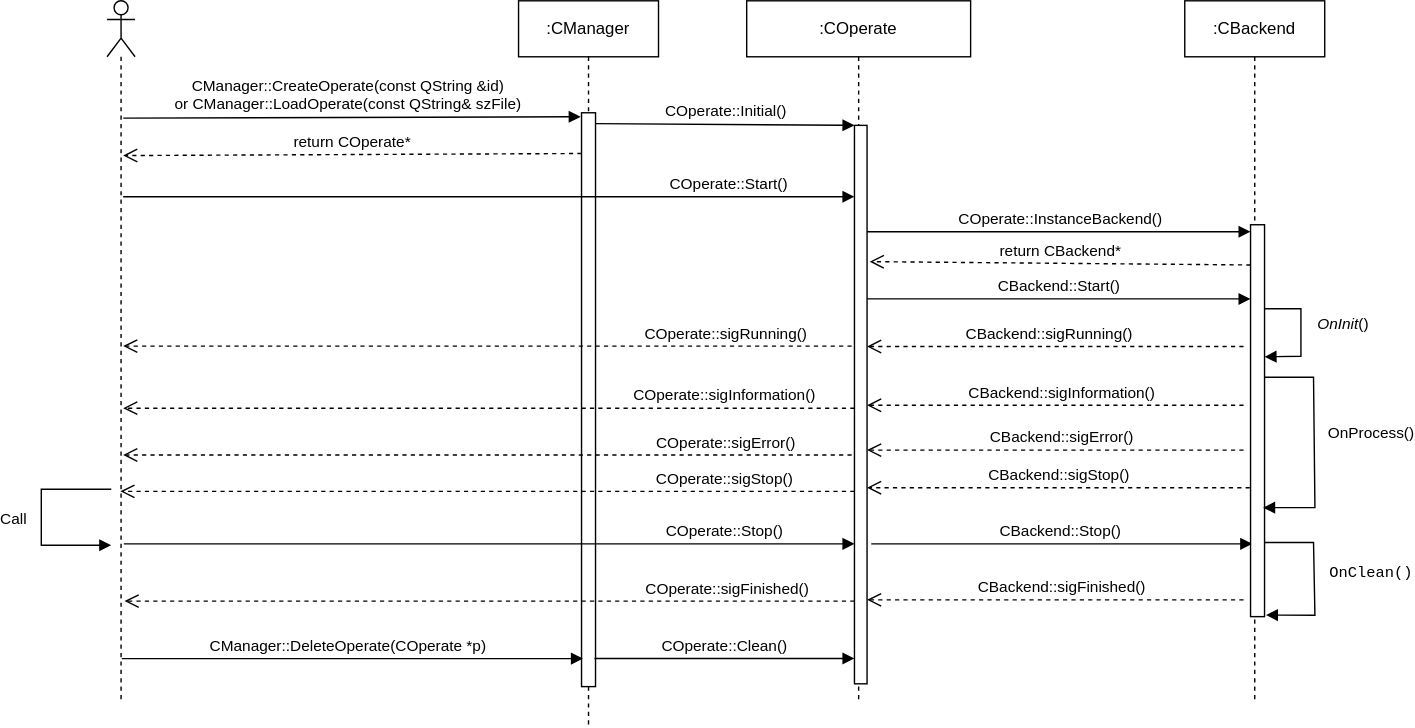
Earlier version of the draw.io export docs/Image/SequenceDiagram.svg (KangLin/RabbitRemoteControl). Source tidied: cells renumbered, new cells last; positions are measured from the earlier drawing's top-left corner, leaving out a move shared by most shapes. Its diagram source:
```xml
<mxGraphModel>
  <root>
    <mxCell id="0" />
    <mxCell id="1" parent="0" />
    <mxCell id="2" value=":CManager" style="shape=umlLifeline;perimeter=lifelinePerimeter;whiteSpace=wrap;html=1;fontColor=#000000;" parent="1" vertex="1">
      <mxGeometry x="341" width="100" height="519" as="geometry" />
    </mxCell>
    <mxCell id="3" style="html=1;points=[];perimeter=orthogonalPerimeter;fontColor=#000000;" parent="2" vertex="1">
      <mxGeometry x="45" y="80" width="10" height="410" as="geometry" />
    </mxCell>
    <mxCell id="4" value="COperate::sigError()" style="html=1;verticalAlign=bottom;endArrow=open;dashed=1;endSize=8;rounded=0;fontColor=#000000;" parent="2" edge="1">
      <mxGeometry x="-0.65" relative="1" as="geometry">
        <mxPoint x="238" y="324.5" as="sourcePoint" />
        <mxPoint x="-282.5" y="324.5" as="targetPoint" />
      </mxGeometry>
    </mxCell>
    <mxCell id="5" value=":COperate" style="shape=umlLifeline;perimeter=lifelinePerimeter;whiteSpace=wrap;html=1;fontColor=#000000;" parent="1" vertex="1">
      <mxGeometry x="504" width="160" height="499" as="geometry" />
    </mxCell>
    <mxCell id="6" style="html=1;points=[[0,0,0,0,5],[0,1,0,0,-5],[1,0,0,0,5],[1,1,0,0,-5]];perimeter=orthogonalPerimeter;outlineConnect=0;targetShapes=umlLifeline;portConstraint=eastwest;newEdgeStyle={&quot;curved&quot;:0,&quot;rounded&quot;:0};" parent="5" vertex="1">
      <mxGeometry x="77" y="89" width="9" height="399" as="geometry" />
    </mxCell>
    <mxCell id="7" value="CBackend::Stop()" style="html=1;verticalAlign=bottom;endArrow=block;rounded=0;fontColor=#000000;entryX=0.12;entryY=0.681;entryDx=0;entryDy=0;entryPerimeter=0;" parent="5" edge="1">
      <mxGeometry x="-0.01" relative="1" as="geometry">
        <mxPoint x="89" y="388" as="sourcePoint" />
        <mxPoint x="361.2" y="388" as="targetPoint" />
      </mxGeometry>
    </mxCell>
    <mxCell id="8" style="shape=umlLifeline;participant=umlActor;perimeter=lifelinePerimeter;whiteSpace=wrap;html=1;verticalAlign=top;spacingTop=36;outlineConnect=0;fontColor=#000000;" parent="1" vertex="1">
      <mxGeometry x="47" width="20" height="499" as="geometry" />
    </mxCell>
    <mxCell id="9" value="COperate::Stop()" style="html=1;verticalAlign=bottom;endArrow=block;rounded=0;fontColor=#000000;" parent="8" edge="1" target="6">
      <mxGeometry x="0.64" relative="1" as="geometry">
        <mxPoint x="12" y="388" as="sourcePoint" />
      </mxGeometry>
    </mxCell>
    <mxCell id="10" value="return COperate*" style="html=1;verticalAlign=bottom;endArrow=open;dashed=1;endSize=8;rounded=0;fontColor=#000000;exitX=0;exitY=0.071;exitDx=0;exitDy=0;exitPerimeter=0;" parent="1" edge="1" source="3">
      <mxGeometry relative="1" as="geometry">
        <mxPoint x="58.5" y="110.6" as="targetPoint" />
      </mxGeometry>
    </mxCell>
    <mxCell id="11" value="COperate::Start()" style="html=1;verticalAlign=bottom;endArrow=block;rounded=0;fontColor=#000000;" parent="1" edge="1" target="6">
      <mxGeometry x="0.65" relative="1" as="geometry">
        <mxPoint x="58.5" y="140" as="sourcePoint" />
      </mxGeometry>
    </mxCell>
    <mxCell id="12" value="COperate::sigRunning()" style="html=1;verticalAlign=bottom;endArrow=open;dashed=1;endSize=8;exitX=-0.2;exitY=0.33;rounded=0;fontColor=#000000;exitDx=0;exitDy=0;exitPerimeter=0;" parent="1" edge="1">
      <mxGeometry x="-0.65" relative="1" as="geometry">
        <mxPoint x="579" y="246.7" as="sourcePoint" />
        <mxPoint x="58.5" y="246.7" as="targetPoint" />
      </mxGeometry>
    </mxCell>
    <mxCell id="13" value=":CBackend" style="shape=umlLifeline;perimeter=lifelinePerimeter;whiteSpace=wrap;html=1;fontColor=#000000;" parent="1" vertex="1">
      <mxGeometry x="817" width="100" height="499" as="geometry" />
    </mxCell>
    <mxCell id="14" style="html=1;points=[];perimeter=orthogonalPerimeter;fontColor=#000000;" parent="13" vertex="1">
      <mxGeometry x="47" y="160" width="10" height="280" as="geometry" />
    </mxCell>
    <mxCell id="15" value="&lt;span style=&quot;font-style: italic&quot;&gt;OnInit&lt;/span&gt;()" style="html=1;verticalAlign=bottom;endArrow=block;rounded=0;fontColor=#000000;entryX=1;entryY=0.337;entryDx=0;entryDy=0;entryPerimeter=0;" parent="13" edge="1" target="14">
      <mxGeometry x="0.08" y="30" relative="1" as="geometry">
        <mxPoint x="57" y="220" as="sourcePoint" />
        <Array as="points">
          <mxPoint x="83" y="220" />
          <mxPoint x="83" y="254" />
        </Array>
      </mxGeometry>
    </mxCell>
    <mxCell id="16" value="OnProcess()" style="html=1;verticalAlign=bottom;endArrow=block;rounded=0;fontColor=#000000;entryX=0.9;entryY=0.722;entryDx=0;entryDy=0;entryPerimeter=0;" parent="13" edge="1" target="14">
      <mxGeometry x="0.02" y="40" relative="1" as="geometry">
        <mxPoint x="57" y="269" as="sourcePoint" />
        <Array as="points">
          <mxPoint x="92" y="269" />
          <mxPoint x="93" y="362" />
        </Array>
      </mxGeometry>
    </mxCell>
    <mxCell id="17" value="&lt;pre style=&quot;margin-top: 0px ; margin-bottom: 0px ; margin-left: 0px ; margin-right: 0px ; text-indent: 0px&quot;&gt;OnClean()&lt;/pre&gt;" style="html=1;verticalAlign=bottom;endArrow=block;rounded=0;fontColor=#000000;entryX=1.1;entryY=0.996;entryDx=0;entryDy=0;entryPerimeter=0;" parent="13" edge="1" target="14">
      <mxGeometry x="0.1" y="40" relative="1" as="geometry">
        <mxPoint x="57" y="387" as="sourcePoint" />
        <Array as="points">
          <mxPoint x="92" y="387" />
          <mxPoint x="93" y="439" />
        </Array>
      </mxGeometry>
    </mxCell>
    <mxCell id="18" value="COperate::InstanceBackend()" style="html=1;verticalAlign=bottom;endArrow=block;entryX=0;entryY=0;rounded=0;fontColor=#000000;" parent="1" edge="1" source="6">
      <mxGeometry relative="1" as="geometry">
        <mxPoint x="864" y="165" as="targetPoint" />
      </mxGeometry>
    </mxCell>
    <mxCell id="19" value="return&amp;nbsp;CBackend*" style="html=1;verticalAlign=bottom;endArrow=open;dashed=1;endSize=8;exitX=0;exitY=0.95;rounded=0;fontColor=#000000;entryX=1.213;entryY=0.244;entryDx=0;entryDy=0;entryPerimeter=0;" parent="1" edge="1" target="6">
      <mxGeometry relative="1" as="geometry">
        <mxPoint x="864" y="188.8" as="sourcePoint" />
      </mxGeometry>
    </mxCell>
    <mxCell id="20" value="CBackend::Start()" style="html=1;verticalAlign=bottom;endArrow=block;entryX=0;entryY=0;rounded=0;fontColor=#000000;" parent="1" edge="1" source="6">
      <mxGeometry relative="1" as="geometry">
        <mxPoint x="864" y="213" as="targetPoint" />
      </mxGeometry>
    </mxCell>
    <mxCell id="21" value="CBackend::sigRunning()" style="html=1;verticalAlign=bottom;endArrow=open;dashed=1;endSize=8;rounded=0;fontColor=#000000;" parent="1" edge="1" target="6">
      <mxGeometry x="0.04" relative="1" as="geometry">
        <mxPoint x="859" y="247" as="sourcePoint" />
      </mxGeometry>
    </mxCell>
    <mxCell id="22" value="CBackend::sigFinished()" style="html=1;verticalAlign=bottom;endArrow=open;dashed=1;endSize=8;rounded=0;fontColor=#000000;" parent="1" edge="1" target="6">
      <mxGeometry x="-0.03" relative="1" as="geometry">
        <mxPoint x="859" y="428" as="sourcePoint" />
      </mxGeometry>
    </mxCell>
    <mxCell id="23" value="COperate::sigFinished()" style="html=1;verticalAlign=bottom;endArrow=open;dashed=1;endSize=8;rounded=0;fontColor=#000000;" parent="1" edge="1" source="6">
      <mxGeometry x="-0.65" relative="1" as="geometry">
        <mxPoint x="59.5" y="428.9" as="targetPoint" />
      </mxGeometry>
    </mxCell>
    <mxCell id="24" value="CBackend::sigError()" style="html=1;verticalAlign=bottom;endArrow=open;dashed=1;endSize=8;rounded=0;fontColor=#000000;" parent="1" edge="1" target="6">
      <mxGeometry x="-0.04" relative="1" as="geometry">
        <mxPoint x="859" y="321" as="sourcePoint" />
      </mxGeometry>
    </mxCell>
    <mxCell id="25" value="CBackend::sigInformation()" style="html=1;verticalAlign=bottom;endArrow=open;dashed=1;endSize=8;rounded=0;fontColor=#000000;" parent="1" edge="1" target="6">
      <mxGeometry x="-0.03" relative="1" as="geometry">
        <mxPoint x="859" y="289" as="sourcePoint" />
      </mxGeometry>
    </mxCell>
    <mxCell id="26" value="COperate::sigInformation()" style="html=1;verticalAlign=bottom;endArrow=open;dashed=1;endSize=8;rounded=0;fontColor=#000000;" parent="1" edge="1" source="6">
      <mxGeometry x="-0.64" relative="1" as="geometry">
        <mxPoint x="58.5" y="291.1" as="targetPoint" />
      </mxGeometry>
    </mxCell>
    <mxCell id="27" value="CBackend::sigStop()" style="html=1;verticalAlign=bottom;endArrow=open;dashed=1;endSize=8;curved=0;rounded=0;" parent="1" edge="1" target="6">
      <mxGeometry relative="1" as="geometry">
        <mxPoint x="863.5" y="347.9" as="sourcePoint" />
      </mxGeometry>
    </mxCell>
    <mxCell id="28" value="COperate::sigStop()" style="html=1;verticalAlign=bottom;endArrow=open;dashed=1;endSize=8;curved=0;rounded=0;" parent="1" edge="1" source="6">
      <mxGeometry x="-0.65" relative="1" as="geometry">
        <mxPoint x="56.5" y="350.5" as="targetPoint" />
      </mxGeometry>
    </mxCell>
    <mxCell id="29" value="Call" style="html=1;verticalAlign=bottom;endArrow=block;curved=0;rounded=0;" parent="1" edge="1">
      <mxGeometry x="0.14" y="-20" relative="1" as="geometry">
        <mxPoint x="50" y="349" as="sourcePoint" />
        <mxPoint x="50" y="389" as="targetPoint" />
        <Array as="points">
          <mxPoint y="349" />
          <mxPoint y="369" />
          <mxPoint y="389" />
        </Array>
      </mxGeometry>
    </mxCell>
    <mxCell id="30" value="CManager::DeleteOperate(COperate&amp;nbsp;*p)" style="html=1;verticalAlign=bottom;endArrow=block;entryX=0;entryY=0;rounded=0;fontColor=#000000;align=center;" parent="1" edge="1">
      <mxGeometry x="-0.03" relative="1" as="geometry">
        <mxPoint x="57.5" y="470" as="sourcePoint" />
        <mxPoint x="387" y="470" as="targetPoint" />
        <mxPoint x="1" as="offset" />
      </mxGeometry>
    </mxCell>
    <mxCell id="31" value="COperate::Clean()" style="html=1;verticalAlign=bottom;endArrow=block;curved=0;rounded=0;exitX=0.92;exitY=0.907;exitDx=0;exitDy=0;exitPerimeter=0;" parent="1" edge="1">
      <mxGeometry relative="1" as="geometry">
        <mxPoint x="395.2" y="469.9" as="sourcePoint" />
        <mxPoint x="581" y="469.9" as="targetPoint" />
      </mxGeometry>
    </mxCell>
    <mxCell id="32" value="COperate::Initial()" style="html=1;verticalAlign=bottom;endArrow=block;curved=0;rounded=0;exitX=0.96;exitY=0.019;exitDx=0;exitDy=0;exitPerimeter=0;" parent="1" edge="1" source="3" target="6">
      <mxGeometry relative="1" as="geometry" />
    </mxCell>
    <mxCell id="33" value="CManager::CreateOperate(const QString &amp;amp;id)&lt;div&gt;or&amp;nbsp;CManager::LoadOperate(const QString&amp;amp; szFile)&lt;/div&gt;" style="html=1;verticalAlign=bottom;endArrow=block;entryX=-0.06;entryY=0.007;rounded=0;fontColor=#000000;align=center;entryDx=0;entryDy=0;entryPerimeter=0;exitX=0.58;exitY=0.168;exitDx=0;exitDy=0;exitPerimeter=0;" parent="1" edge="1" source="8" target="3">
      <mxGeometry x="-0.03" relative="1" as="geometry">
        <mxPoint x="1" as="offset" />
      </mxGeometry>
    </mxCell>
  </root>
</mxGraphModel>
```
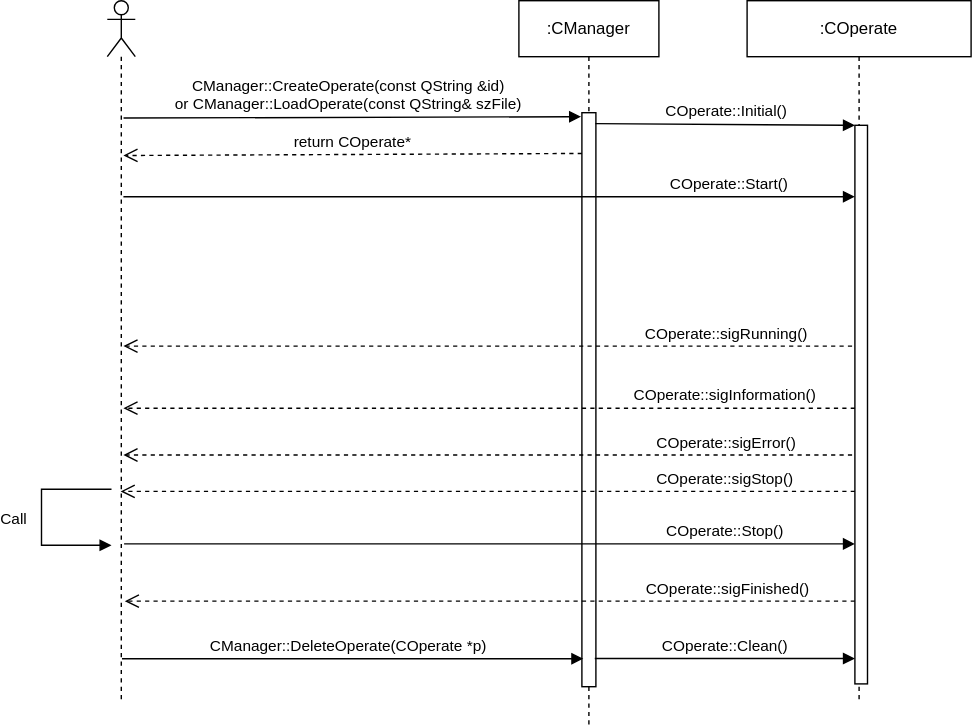
Above is the later version.

What changed in the source:
```diff
@@ -20,16 +20,10 @@
     <mxCell id="6" style="html=1;points=[[0,0,0,0,5],[0,1,0,0,-5],[1,0,0,0,5],[1,1,0,0,-5]];perimeter=orthogonalPerimeter;outlineConnect=0;targetShapes=umlLifeline;portConstraint=eastwest;newEdgeStyle={&quot;curved&quot;:0,&quot;rounded&quot;:0};" parent="5" vertex="1">
       <mxGeometry x="77" y="89" width="9" height="399" as="geometry" />
     </mxCell>
-    <mxCell id="7" value="CBackend::Stop()" style="html=1;verticalAlign=bottom;endArrow=block;rounded=0;fontColor=#000000;entryX=0.12;entryY=0.681;entryDx=0;entryDy=0;entryPerimeter=0;" parent="5" edge="1">
-      <mxGeometry x="-0.01" relative="1" as="geometry">
-        <mxPoint x="89" y="388" as="sourcePoint" />
-        <mxPoint x="361.2" y="388" as="targetPoint" />
-      </mxGeometry>
-    </mxCell>
-    <mxCell id="8" style="shape=umlLifeline;participant=umlActor;perimeter=lifelinePerimeter;whiteSpace=wrap;html=1;verticalAlign=top;spacingTop=36;outlineConnect=0;fontColor=#000000;" parent="1" vertex="1">
-      <mxGeometry x="47" width="20" height="499" as="geometry" />
-    </mxCell>
+    <mxCell id="34" style="shape=umlLifeline;participant=umlActor;perimeter=lifelinePerimeter;whiteSpace=wrap;html=1;verticalAlign=top;spacingTop=36;outlineConnect=0;fontColor=#000000;" parent="1" vertex="1">
+      <mxGeometry x="47" width="20" height="499" as="geometry" />
+    </mxCell>
-    <mxCell id="9" value="COperate::Stop()" style="html=1;verticalAlign=bottom;endArrow=block;rounded=0;fontColor=#000000;" parent="8" edge="1" target="6">
+    <mxCell id="9" value="COperate::Stop()" style="html=1;verticalAlign=bottom;endArrow=block;rounded=0;fontColor=#000000;" parent="34" edge="1" target="6">
       <mxGeometry x="0.64" relative="1" as="geometry">
         <mxPoint x="12" y="388" as="sourcePoint" />
       </mxGeometry>
@@ -50,89 +44,16 @@
         <mxPoint x="58.5" y="246.7" as="targetPoint" />
       </mxGeometry>
     </mxCell>
-    <mxCell id="13" value=":CBackend" style="shape=umlLifeline;perimeter=lifelinePerimeter;whiteSpace=wrap;html=1;fontColor=#000000;" parent="1" vertex="1">
-      <mxGeometry x="817" width="100" height="499" as="geometry" />
-    </mxCell>
-    <mxCell id="14" style="html=1;points=[];perimeter=orthogonalPerimeter;fontColor=#000000;" parent="13" vertex="1">
-      <mxGeometry x="47" y="160" width="10" height="280" as="geometry" />
-    </mxCell>
-    <mxCell id="15" value="&lt;span style=&quot;font-style: italic&quot;&gt;OnInit&lt;/span&gt;()" style="html=1;verticalAlign=bottom;endArrow=block;rounded=0;fontColor=#000000;entryX=1;entryY=0.337;entryDx=0;entryDy=0;entryPerimeter=0;" parent="13" edge="1" target="14">
-      <mxGeometry x="0.08" y="30" relative="1" as="geometry">
-        <mxPoint x="57" y="220" as="sourcePoint" />
-        <Array as="points">
-          <mxPoint x="83" y="220" />
-          <mxPoint x="83" y="254" />
-        </Array>
-      </mxGeometry>
-    </mxCell>
-    <mxCell id="16" value="OnProcess()" style="html=1;verticalAlign=bottom;endArrow=block;rounded=0;fontColor=#000000;entryX=0.9;entryY=0.722;entryDx=0;entryDy=0;entryPerimeter=0;" parent="13" edge="1" target="14">
-      <mxGeometry x="0.02" y="40" relative="1" as="geometry">
-        <mxPoint x="57" y="269" as="sourcePoint" />
-        <Array as="points">
-          <mxPoint x="92" y="269" />
-          <mxPoint x="93" y="362" />
-        </Array>
-      </mxGeometry>
-    </mxCell>
-    <mxCell id="17" value="&lt;pre style=&quot;margin-top: 0px ; margin-bottom: 0px ; margin-left: 0px ; margin-right: 0px ; text-indent: 0px&quot;&gt;OnClean()&lt;/pre&gt;" style="html=1;verticalAlign=bottom;endArrow=block;rounded=0;fontColor=#000000;entryX=1.1;entryY=0.996;entryDx=0;entryDy=0;entryPerimeter=0;" parent="13" edge="1" target="14">
-      <mxGeometry x="0.1" y="40" relative="1" as="geometry">
-        <mxPoint x="57" y="387" as="sourcePoint" />
-        <Array as="points">
-          <mxPoint x="92" y="387" />
-          <mxPoint x="93" y="439" />
-        </Array>
-      </mxGeometry>
-    </mxCell>
-    <mxCell id="18" value="COperate::InstanceBackend()" style="html=1;verticalAlign=bottom;endArrow=block;entryX=0;entryY=0;rounded=0;fontColor=#000000;" parent="1" edge="1" source="6">
-      <mxGeometry relative="1" as="geometry">
-        <mxPoint x="864" y="165" as="targetPoint" />
-      </mxGeometry>
-    </mxCell>
-    <mxCell id="19" value="return&amp;nbsp;CBackend*" style="html=1;verticalAlign=bottom;endArrow=open;dashed=1;endSize=8;exitX=0;exitY=0.95;rounded=0;fontColor=#000000;entryX=1.213;entryY=0.244;entryDx=0;entryDy=0;entryPerimeter=0;" parent="1" edge="1" target="6">
-      <mxGeometry relative="1" as="geometry">
-        <mxPoint x="864" y="188.8" as="sourcePoint" />
-      </mxGeometry>
-    </mxCell>
-    <mxCell id="20" value="CBackend::Start()" style="html=1;verticalAlign=bottom;endArrow=block;entryX=0;entryY=0;rounded=0;fontColor=#000000;" parent="1" edge="1" source="6">
-      <mxGeometry relative="1" as="geometry">
-        <mxPoint x="864" y="213" as="targetPoint" />
-      </mxGeometry>
-    </mxCell>
-    <mxCell id="21" value="CBackend::sigRunning()" style="html=1;verticalAlign=bottom;endArrow=open;dashed=1;endSize=8;rounded=0;fontColor=#000000;" parent="1" edge="1" target="6">
-      <mxGeometry x="0.04" relative="1" as="geometry">
-        <mxPoint x="859" y="247" as="sourcePoint" />
-      </mxGeometry>
-    </mxCell>
-    <mxCell id="22" value="CBackend::sigFinished()" style="html=1;verticalAlign=bottom;endArrow=open;dashed=1;endSize=8;rounded=0;fontColor=#000000;" parent="1" edge="1" target="6">
-      <mxGeometry x="-0.03" relative="1" as="geometry">
-        <mxPoint x="859" y="428" as="sourcePoint" />
-      </mxGeometry>
-    </mxCell>
     <mxCell id="23" value="COperate::sigFinished()" style="html=1;verticalAlign=bottom;endArrow=open;dashed=1;endSize=8;rounded=0;fontColor=#000000;" parent="1" edge="1" source="6">
       <mxGeometry x="-0.65" relative="1" as="geometry">
         <mxPoint x="59.5" y="428.9" as="targetPoint" />
       </mxGeometry>
     </mxCell>
-    <mxCell id="24" value="CBackend::sigError()" style="html=1;verticalAlign=bottom;endArrow=open;dashed=1;endSize=8;rounded=0;fontColor=#000000;" parent="1" edge="1" target="6">
-      <mxGeometry x="-0.04" relative="1" as="geometry">
-        <mxPoint x="859" y="321" as="sourcePoint" />
-      </mxGeometry>
-    </mxCell>
-    <mxCell id="25" value="CBackend::sigInformation()" style="html=1;verticalAlign=bottom;endArrow=open;dashed=1;endSize=8;rounded=0;fontColor=#000000;" parent="1" edge="1" target="6">
-      <mxGeometry x="-0.03" relative="1" as="geometry">
-        <mxPoint x="859" y="289" as="sourcePoint" />
-      </mxGeometry>
-    </mxCell>
     <mxCell id="26" value="COperate::sigInformation()" style="html=1;verticalAlign=bottom;endArrow=open;dashed=1;endSize=8;rounded=0;fontColor=#000000;" parent="1" edge="1" source="6">
       <mxGeometry x="-0.64" relative="1" as="geometry">
         <mxPoint x="58.5" y="291.1" as="targetPoint" />
       </mxGeometry>
     </mxCell>
-    <mxCell id="27" value="CBackend::sigStop()" style="html=1;verticalAlign=bottom;endArrow=open;dashed=1;endSize=8;curved=0;rounded=0;" parent="1" edge="1" target="6">
-      <mxGeometry relative="1" as="geometry">
-        <mxPoint x="863.5" y="347.9" as="sourcePoint" />
-      </mxGeometry>
-    </mxCell>
     <mxCell id="28" value="COperate::sigStop()" style="html=1;verticalAlign=bottom;endArrow=open;dashed=1;endSize=8;curved=0;rounded=0;" parent="1" edge="1" source="6">
       <mxGeometry x="-0.65" relative="1" as="geometry">
         <mxPoint x="56.5" y="350.5" as="targetPoint" />
@@ -165,7 +86,7 @@
     <mxCell id="32" value="COperate::Initial()" style="html=1;verticalAlign=bottom;endArrow=block;curved=0;rounded=0;exitX=0.96;exitY=0.019;exitDx=0;exitDy=0;exitPerimeter=0;" parent="1" edge="1" source="3" target="6">
       <mxGeometry relative="1" as="geometry" />
     </mxCell>
-    <mxCell id="33" value="CManager::CreateOperate(const QString &amp;amp;id)&lt;div&gt;or&amp;nbsp;CManager::LoadOperate(const QString&amp;amp; szFile)&lt;/div&gt;" style="html=1;verticalAlign=bottom;endArrow=block;entryX=-0.06;entryY=0.007;rounded=0;fontColor=#000000;align=center;entryDx=0;entryDy=0;entryPerimeter=0;exitX=0.58;exitY=0.168;exitDx=0;exitDy=0;exitPerimeter=0;" parent="1" edge="1" source="8" target="3">
+    <mxCell id="33" value="CManager::CreateOperate(const QString &amp;amp;id)&lt;div&gt;or&amp;nbsp;CManager::LoadOperate(const QString&amp;amp; szFile)&lt;/div&gt;" style="html=1;verticalAlign=bottom;endArrow=block;entryX=-0.06;entryY=0.007;rounded=0;fontColor=#000000;align=center;entryDx=0;entryDy=0;entryPerimeter=0;exitX=0.58;exitY=0.168;exitDx=0;exitDy=0;exitPerimeter=0;" parent="1" edge="1" source="34" target="3">
       <mxGeometry x="-0.03" relative="1" as="geometry">
         <mxPoint x="1" as="offset" />
       </mxGeometry>
```
